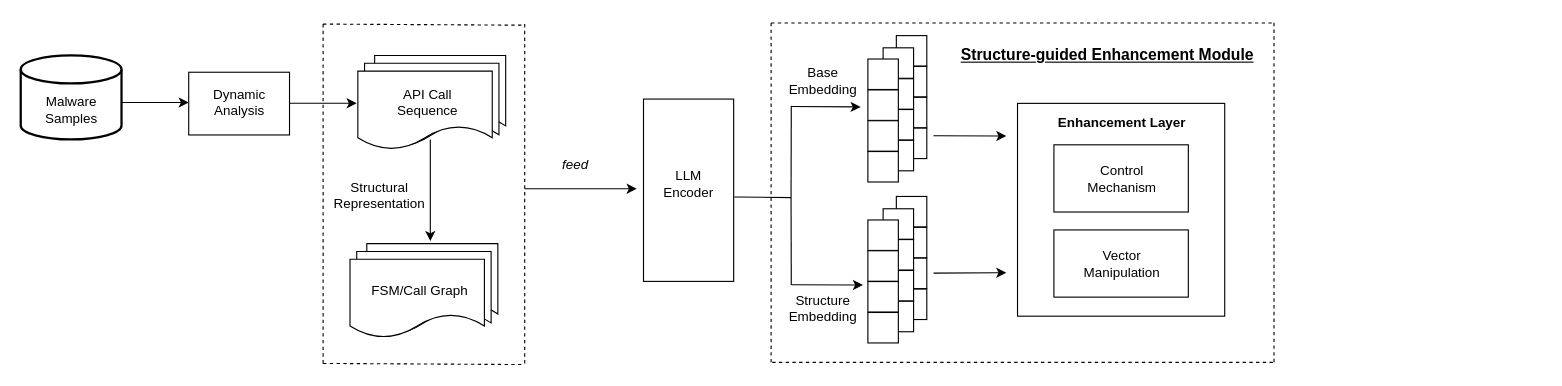
Above: Architecture.drawio in Arui1122/Structural-Representation-Enhancement (draw.io), before the change. Source tidied: cells renumbered, new cells numbered last; positions are measured from the earlier drawing's top-left corner, leaving out a move shared by most shapes. Both pictures are drawn from the tidied source at 112%, with x=0, y=0 at pixel (20, 22).
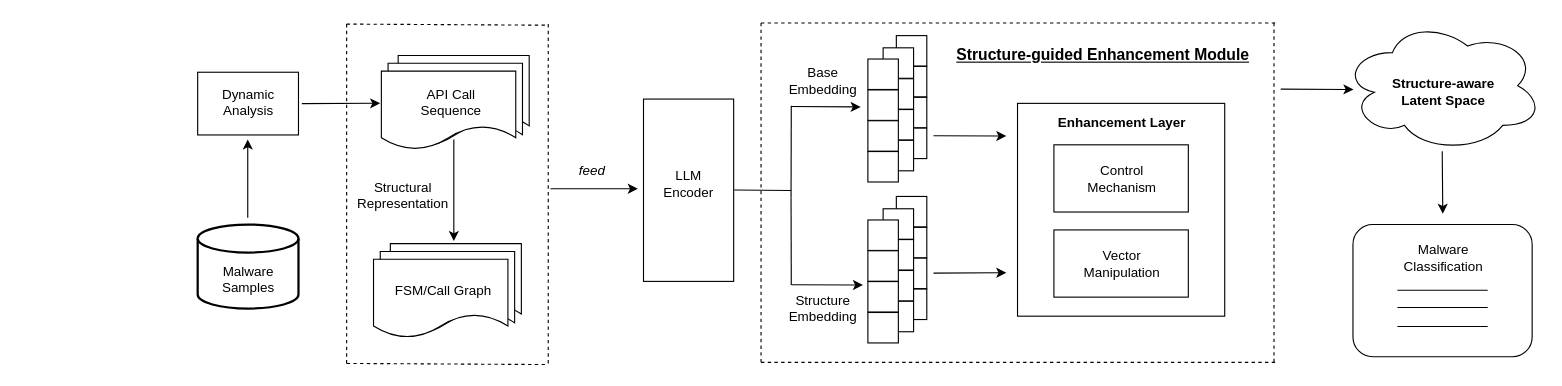
After the change.

Diff of the diagram source:
```diff
@@
     <mxCell id="2" style="strokeWidth=2;html=1;shape=mxgraph.flowchart.database;whiteSpace=wrap;fontStyle=0;align=center;verticalAlign=bottom;labelPosition=center;verticalLabelPosition=middle;horizontal=1;" parent="1" vertex="1">
-      <mxGeometry y="29" width="90" height="75" as="geometry" />
+      <mxGeometry x="158" y="180" width="90" height="75" as="geometry" />
     </mxCell>
     <mxCell id="3" value="Malware&lt;div&gt;Samples&lt;/div&gt;" style="text;html=1;align=center;verticalAlign=middle;strokeColor=none;fillColor=none;" parent="1" vertex="1">
-      <mxGeometry x="10" y="58" width="70" height="40" as="geometry" />
+      <mxGeometry x="168" y="209" width="70" height="40" as="geometry" />
     </mxCell>
     <mxCell id="4" style="endArrow=classic;html=1;rounded=0;" parent="1" edge="1">
       <mxGeometry relative="1" as="geometry">
-        <mxPoint x="90" y="71" as="sourcePoint" />
-        <mxPoint x="150" y="71" as="targetPoint" />
+        <mxPoint x="202.7" y="174" as="sourcePoint" />
+        <mxPoint x="202.7" y="104" as="targetPoint" />
       </mxGeometry>
     </mxCell>
     <mxCell id="5" style="rounded=0;whiteSpace=wrap;html=1;" parent="1" vertex="1">
-      <mxGeometry x="150" y="44" width="90" height="56" as="geometry" />
+      <mxGeometry x="158" y="44" width="90" height="56" as="geometry" />
     </mxCell>
     <mxCell id="6" value="Dynamic&lt;div&gt;Analysis&lt;/div&gt;" style="text;html=1;align=center;verticalAlign=middle;strokeColor=none;fillColor=none;" parent="1" vertex="1">
-      <mxGeometry x="160" y="51" width="70" height="40" as="geometry" />
+      <mxGeometry x="168" y="51" width="70" height="40" as="geometry" />
     </mxCell>
     <mxCell id="7" style="endArrow=classic;html=1;rounded=0;" parent="1" edge="1">
       <mxGeometry relative="1" as="geometry">
-        <mxPoint x="240" y="71.7" as="sourcePoint" />
-        <mxPoint x="300" y="71.7" as="targetPoint" />
+        <mxPoint x="251" y="72" as="sourcePoint" />
+        <mxPoint x="321" y="71.7" as="targetPoint" />
       </mxGeometry>
     </mxCell>
     <mxCell id="8" style="endArrow=classic;html=1;rounded=0;" parent="1" edge="1">
       <mxGeometry relative="1" as="geometry">
-        <mxPoint x="365.7" y="104" as="sourcePoint" />
-        <mxPoint x="365.7" y="194.7" as="targetPoint" />
+        <mxPoint x="386.7" y="104" as="sourcePoint" />
+        <mxPoint x="386.7" y="194.7" as="targetPoint" />
       </mxGeometry>
     </mxCell>
     <mxCell id="9" style="shape=document;whiteSpace=wrap;html=1;boundedLbl=1;" parent="1" vertex="1">
-      <mxGeometry x="309" y="197" width="117" height="74" as="geometry" />
+      <mxGeometry x="330" y="197" width="117" height="74" as="geometry" />
     </mxCell>
     <mxCell id="10" style="shape=document;whiteSpace=wrap;html=1;boundedLbl=1;" parent="1" vertex="1">
-      <mxGeometry x="300" y="204" width="120" height="75" as="geometry" />
+      <mxGeometry x="321" y="204" width="120" height="75" as="geometry" />
     </mxCell>
     <mxCell id="11" style="shape=document;whiteSpace=wrap;html=1;boundedLbl=1;labelBorderColor=none;" parent="1" vertex="1">
-      <mxGeometry x="294" y="211" width="120" height="70" as="geometry" />
+      <mxGeometry x="315" y="211" width="120" height="70" as="geometry" />
     </mxCell>
     <mxCell id="12" value="FSM/Call Graph" style="text;html=1;align=center;verticalAlign=middle;strokeColor=none;fillColor=none;" parent="1" vertex="1">
-      <mxGeometry x="301" y="224" width="110" height="30" as="geometry" />
+      <mxGeometry x="322" y="224" width="110" height="30" as="geometry" />
     </mxCell>
     <mxCell id="13" style="shape=document;whiteSpace=wrap;html=1;boundedLbl=1;" parent="1" vertex="1">
-      <mxGeometry x="316" y="29" width="117" height="74" as="geometry" />
+      <mxGeometry x="337" y="29" width="117" height="74" as="geometry" />
     </mxCell>
     <mxCell id="14" style="shape=document;whiteSpace=wrap;html=1;boundedLbl=1;" parent="1" vertex="1">
-      <mxGeometry x="307" y="36" width="120" height="75" as="geometry" />
+      <mxGeometry x="328" y="36" width="120" height="75" as="geometry" />
     </mxCell>
     <mxCell id="15" style="shape=document;whiteSpace=wrap;html=1;boundedLbl=1;labelBorderColor=none;" parent="1" vertex="1">
-      <mxGeometry x="301" y="43" width="120" height="70" as="geometry" />
+      <mxGeometry x="322" y="43" width="120" height="70" as="geometry" />
     </mxCell>
     <mxCell id="16" value="API Call&lt;div&gt;Sequence&lt;/div&gt;" style="text;html=1;align=center;verticalAlign=middle;strokeColor=none;fillColor=none;" parent="1" vertex="1">
-      <mxGeometry x="323" y="51" width="80" height="40" as="geometry" />
+      <mxGeometry x="344" y="51" width="80" height="40" as="geometry" />
     </mxCell>
     <mxCell id="17" value="Structural&lt;div&gt;Representation&lt;/div&gt;" style="text;html=1;align=center;verticalAlign=middle;strokeColor=none;fillColor=none;" parent="1" vertex="1">
-      <mxGeometry x="270" y="134" width="100" height="40" as="geometry" />
+      <mxGeometry x="291" y="134" width="100" height="40" as="geometry" />
     </mxCell>
     <mxCell id="18" style="endArrow=classic;html=1;rounded=0;" parent="1" edge="1">
       <mxGeometry relative="1" as="geometry">
-        <mxPoint x="450" y="148" as="sourcePoint" />
-        <mxPoint x="550" y="148" as="targetPoint" />
+        <mxPoint x="473" y="148" as="sourcePoint" />
+        <mxPoint x="551" y="148" as="targetPoint" />
       </mxGeometry>
     </mxCell>
     <mxCell id="19" value="&lt;i&gt;feed&lt;/i&gt;" style="text;html=1;align=center;verticalAlign=middle;strokeColor=none;fillColor=none;" parent="1" vertex="1">
-      <mxGeometry x="470" y="112" width="50" height="30" as="geometry" />
+      <mxGeometry x="484.9" y="117.4" width="50" height="30" as="geometry" />
     </mxCell>
@@
     <mxCell id="22" style="group;" parent="1" vertex="1">
-      <mxGeometry x="270" y="1" width="180" height="304" as="geometry" />
+      <mxGeometry x="291" y="1" width="180" height="304" as="geometry" />
     </mxCell>
@@
     <mxCell id="39" style="endArrow=none;html=1;rounded=0;" parent="1" edge="1">
       <mxGeometry relative="1" as="geometry">
-        <mxPoint x="637" y="155.4" as="sourcePoint" />
-        <mxPoint x="687.8" y="155.9" as="targetPoint" />
+        <mxPoint x="637" y="149.1" as="sourcePoint" />
+        <mxPoint x="687.8" y="149.6" as="targetPoint" />
       </mxGeometry>
     </mxCell>
@@
     <mxCell id="58" style="endArrow=none;dashed=1;html=1;rounded=0;" parent="1" edge="1">
       <mxGeometry relative="1" as="geometry">
-        <mxPoint x="670" y="303" as="sourcePoint" />
-        <mxPoint x="670" as="targetPoint" />
+        <mxPoint x="661" y="303" as="sourcePoint" />
+        <mxPoint x="661" as="targetPoint" />
       </mxGeometry>
     </mxCell>
     <mxCell id="59" style="endArrow=none;dashed=1;html=1;rounded=0;" parent="1" edge="1">
       <mxGeometry relative="1" as="geometry">
-        <mxPoint x="670" as="sourcePoint" />
+        <mxPoint x="661" as="sourcePoint" />
         <mxPoint x="1120" as="targetPoint" />
       </mxGeometry>
     </mxCell>
     <mxCell id="60" style="endArrow=none;dashed=1;html=1;rounded=0;" parent="1" edge="1">
       <mxGeometry relative="1" as="geometry">
-        <mxPoint x="671" y="303" as="sourcePoint" />
+        <mxPoint x="661" y="303" as="sourcePoint" />
         <mxPoint x="1121" y="303" as="targetPoint" />
       </mxGeometry>
     </mxCell>
     <mxCell id="61" value="&lt;b&gt;&lt;u&gt;&lt;font style=&quot;font-size: 14px;&quot;&gt;Structure-guided Enhancement Module&lt;/font&gt;&lt;/u&gt;&lt;/b&gt;" style="text;html=1;align=center;verticalAlign=middle;strokeColor=none;fillColor=none;" parent="1" vertex="1">
-      <mxGeometry x="830" y="14" width="280" height="30" as="geometry" />
+      <mxGeometry x="826" y="14" width="280" height="30" as="geometry" />
     </mxCell>
@@
+    <mxCell id="71" style="ellipse;shape=cloud;whiteSpace=wrap;html=1;" parent="1" vertex="1">
+      <mxGeometry x="1180" y="-3" width="179" height="118" as="geometry" />
+    </mxCell>
+    <mxCell id="72" value="&lt;b&gt;Structure-aware&lt;/b&gt;&lt;div&gt;&lt;b&gt;Latent Space&lt;/b&gt;&lt;/div&gt;" style="text;html=1;align=center;verticalAlign=middle;strokeColor=none;fillColor=none;" parent="1" vertex="1">
+      <mxGeometry x="1214.5" y="42" width="110" height="40" as="geometry" />
+    </mxCell>
+    <mxCell id="73" style="endArrow=classic;html=1;rounded=0;" parent="1" edge="1">
+      <mxGeometry relative="1" as="geometry">
+        <mxPoint x="1125" y="59.1" as="sourcePoint" />
+        <mxPoint x="1190" y="59.4" as="targetPoint" />
+      </mxGeometry>
+    </mxCell>
+    <mxCell id="74" style="endArrow=classic;html=1;rounded=0;" parent="1" edge="1">
+      <mxGeometry relative="1" as="geometry">
+        <mxPoint x="1269.2" y="114.5" as="sourcePoint" />
+        <mxPoint x="1269.7" y="170.4" as="targetPoint" />
+      </mxGeometry>
+    </mxCell>
+    <mxCell id="75" style="rounded=1;whiteSpace=wrap;html=1;" parent="1" vertex="1">
+      <mxGeometry x="1189.5" y="180" width="160" height="118" as="geometry" />
+    </mxCell>
+    <mxCell id="76" value="Malware&lt;div&gt;Classification&lt;/div&gt;" style="text;html=1;align=center;verticalAlign=middle;strokeColor=none;fillColor=none;" parent="1" vertex="1">
+      <mxGeometry x="1224.5" y="189.6" width="90" height="40" as="geometry" />
+    </mxCell>
+    <mxCell id="77" style="endArrow=none;html=1;rounded=0;" parent="1" edge="1">
+      <mxGeometry relative="1" as="geometry">
+        <mxPoint x="1229.2" y="238.7" as="sourcePoint" />
+        <mxPoint x="1309.8" y="238.7" as="targetPoint" />
+      </mxGeometry>
+    </mxCell>
+    <mxCell id="78" style="endArrow=none;html=1;rounded=0;" parent="1" edge="1">
+      <mxGeometry relative="1" as="geometry">
+        <mxPoint x="1229.2" y="254" as="sourcePoint" />
+        <mxPoint x="1309.8" y="254" as="targetPoint" />
+      </mxGeometry>
+    </mxCell>
+    <mxCell id="79" style="endArrow=none;html=1;rounded=0;" parent="1" edge="1">
+      <mxGeometry relative="1" as="geometry">
+        <mxPoint x="1229.2" y="271" as="sourcePoint" />
+        <mxPoint x="1309.8" y="271" as="targetPoint" />
+      </mxGeometry>
+    </mxCell>
```
